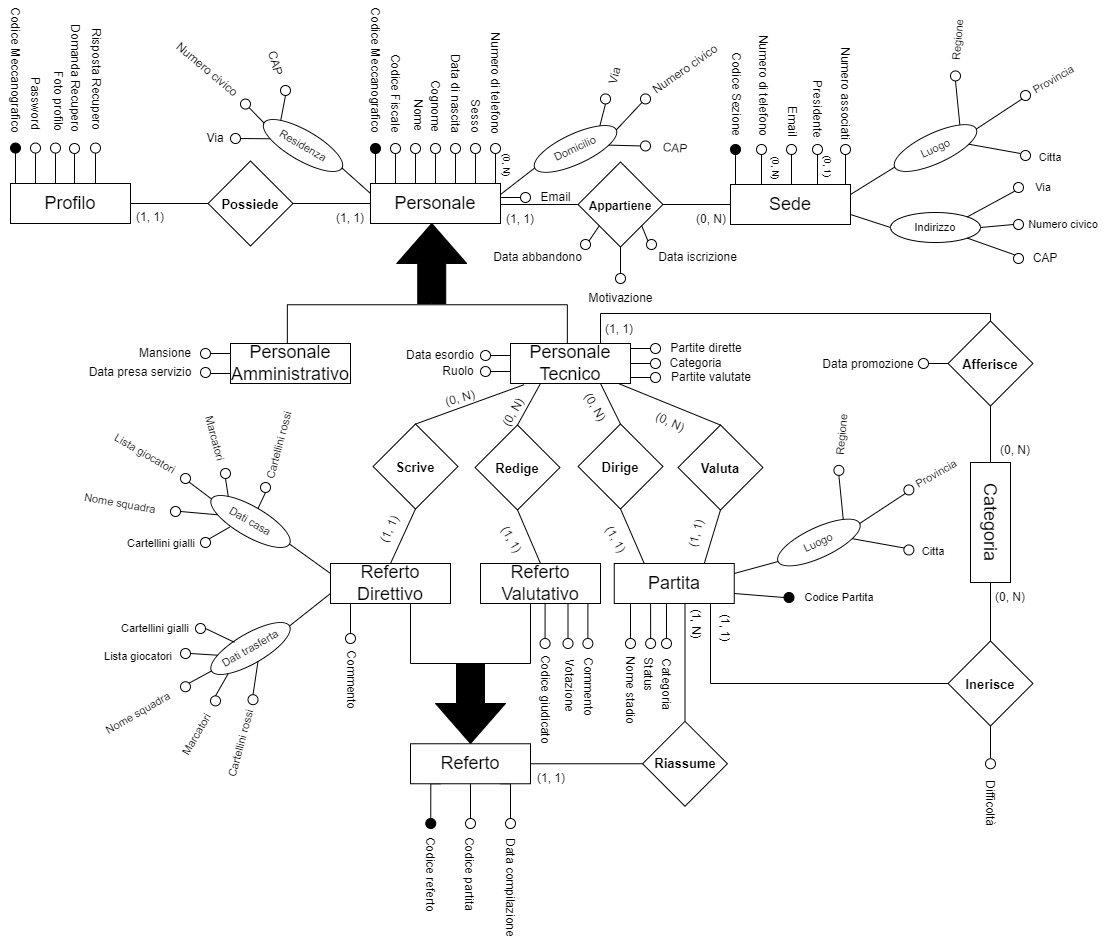
This is ERDiagram/WhistleER.drawio.png from savernike/DiagramsSet, a draw.io export, as it was before one commit. Source tidied: cells renumbered, new cells last; positions are measured from the earlier drawing's top-left corner, leaving out a move shared by most shapes.
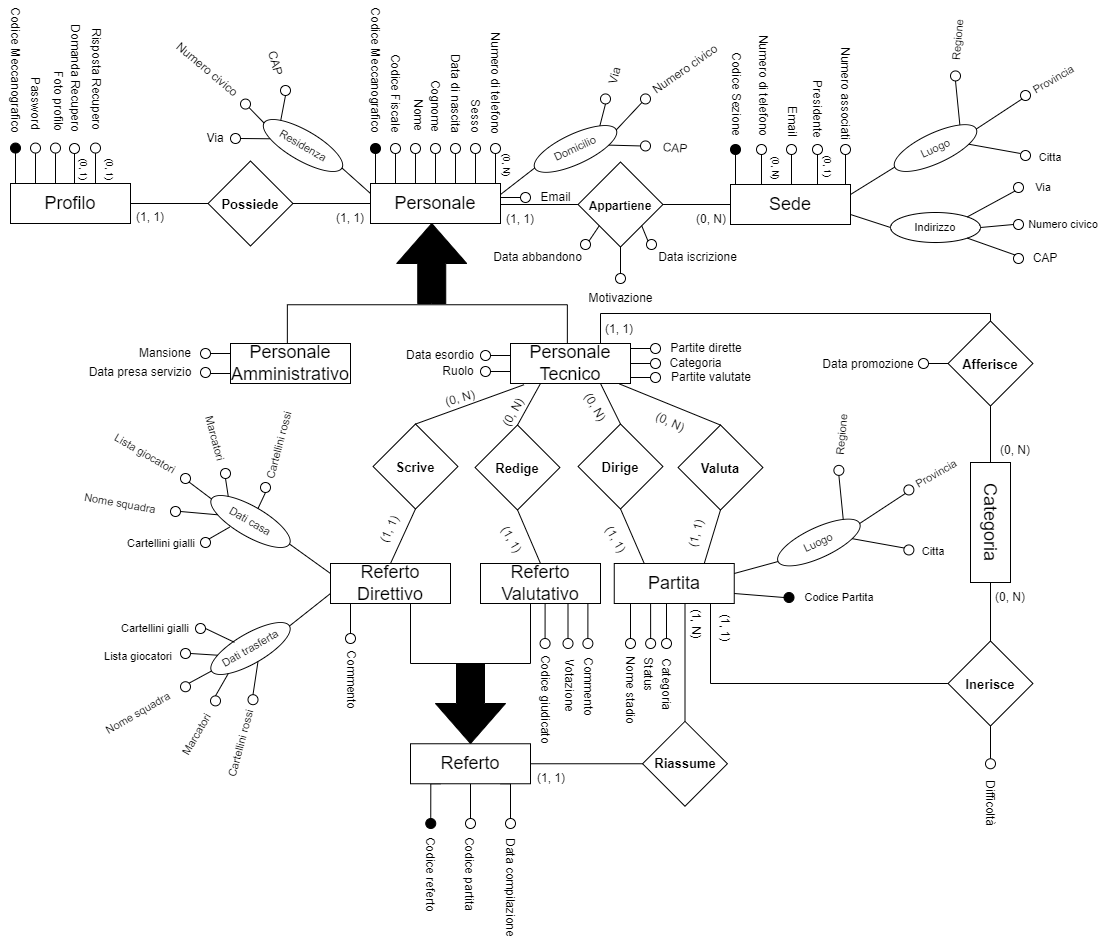
Later version of the same file.

Commit message:
Aggiornamento cardinalità domanda e risposta recupero

Diff of the diagram source:
```diff
@@ -881,5 +881,11 @@
     <mxCell id="284" value="(1, 1)" style="text;strokeColor=none;align=center;fillColor=none;html=1;verticalAlign=middle;whiteSpace=wrap;rounded=0;rotation=0;" parent="1" vertex="1">
       <mxGeometry x="585.9" y="739.3" width="40" height="30" as="geometry" />
     </mxCell>
+    <mxCell id="285" value="&lt;font style=&quot;font-size: 9px;&quot;&gt;(0, 1)&lt;/font&gt;" style="text;strokeColor=none;align=center;fillColor=none;html=1;verticalAlign=middle;whiteSpace=wrap;rounded=0;rotation=90;" parent="1" vertex="1">
+      <mxGeometry x="145" y="130" width="40" height="30" as="geometry" />
+    </mxCell>
+    <mxCell id="286" value="&lt;font style=&quot;font-size: 9px;&quot;&gt;(0, 1)&lt;/font&gt;" style="text;strokeColor=none;align=center;fillColor=none;html=1;verticalAlign=middle;whiteSpace=wrap;rounded=0;rotation=90;" parent="1" vertex="1">
+      <mxGeometry x="118.5" y="130" width="40" height="30" as="geometry" />
+    </mxCell>
   </root>
 </mxGraphModel>
```
